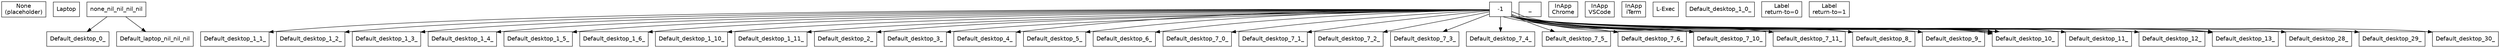
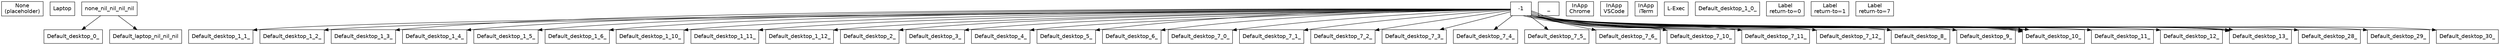
// State space visualization
// Generated by scripts/generate/states.bb
digraph states {
  rankdir=TB;
  node [shape=box, fontname="Helvetica"];

  // States
  None_nil_nil_nil_nil_nil [label="None\n(placeholder)"];
  Default_laptop_nil_nil_nil_nil [label="Laptop"];
  Default_desktop_0_-1_-1_Chrome [label="Normal\nChrome"];
  Default_desktop_0_-1_-1_VSCode [label="Normal\nVSCode"];
  Default_desktop_0_-1_-1_iTerm [label="Normal\niTerm"];
  Default_desktop_0_-1_-1_nil [label="Normal"];
  Default_desktop_1_0_-1_nil [label="Ins\nsubmode=0"];
  Default_desktop_1_1_-1_nil [label="Ins\nsubmode=1"];
  Default_desktop_1_2_-1_nil [label="Ins\nsubmode=2"];
  Default_desktop_1_3_-1_nil [label="Ins\nsubmode=3"];
  Default_desktop_1_4_-1_nil [label="Ins\nsubmode=4"];
  Default_desktop_1_5_-1_nil [label="Ins\nsubmode=5"];
  Default_desktop_1_6_-1_nil [label="Ins\nsubmode=6"];
  Default_desktop_1_10_-1_nil [label="Ins\nsubmode=10"];
  Default_desktop_1_11_-1_nil [label="Ins\nsubmode=11"];
+   Default_desktop_1_12_-1_nil [label="Ins\nsubmode=12"];
  Default_desktop_2_-1_-1_nil [label="Nav"];
  Default_desktop_3_-1_-1_nil [label="Chrome"];
  Default_desktop_4_-1_-1_nil [label="VSCode"];
  Default_desktop_5_-1_-1_nil [label="TMUX"];
  Default_desktop_6_-1_-1_nil [label="Comma"];
  Default_desktop_7_0_-1_nil [label="AltIns"];
  Default_desktop_7_1_-1_nil [label="AltIns"];
  Default_desktop_7_2_-1_nil [label="AltIns"];
  Default_desktop_7_3_-1_nil [label="AltIns"];
  Default_desktop_7_4_-1_nil [label="AltIns"];
  Default_desktop_7_5_-1_nil [label="AltIns"];
  Default_desktop_7_6_-1_nil [label="AltIns"];
  Default_desktop_7_10_-1_nil [label="AltIns"];
  Default_desktop_7_11_-1_nil [label="AltIns"];
+   Default_desktop_7_12_-1_nil [label="AltIns"];
  Default_desktop_8_-1_-1_nil [label="Term"];
  Default_desktop_9_-1_-1_nil [label="Admin"];
  Default_desktop_10_-1_-1_Chrome [label="InApp\nChrome"];
  Default_desktop_10_-1_-1_VSCode [label="InApp\nVSCode"];
  Default_desktop_10_-1_-1_iTerm [label="InApp\niTerm"];
  Default_desktop_10_-1_-1_nil [label="InApp"];
  Default_desktop_11_-1_-1_nil [label="AppSwitcher"];
  Default_desktop_12_-1_-1_nil [label="WindowSwitcher"];
  Default_desktop_13_-1_0_nil [label="Label\nreturn-to=0"];
  Default_desktop_13_-1_1_nil [label="Label\nreturn-to=1"];
+   Default_desktop_13_-1_7_nil [label="Label\nreturn-to=7"];
  Default_desktop_28_-1_-1_nil [label="Grid"];
  Default_desktop_29_-1_-1_nil [label="L-Entry"];
  Default_desktop_30_-1_-1_nil [label="L-Exec"];

  // Hierarchy edges (parent -> child)
  none_nil_nil_nil_nil -> Default_laptop_nil_nil_nil;
  none_nil_nil_nil_nil -> Default_desktop_0_-1_-1;





  Default_desktop_1_0_-1 -> Default_desktop_1_1_-1_nil;
  Default_desktop_1_0_-1 -> Default_desktop_1_2_-1_nil;
  Default_desktop_1_0_-1 -> Default_desktop_1_3_-1_nil;
  Default_desktop_1_0_-1 -> Default_desktop_1_4_-1_nil;
  Default_desktop_1_0_-1 -> Default_desktop_1_5_-1_nil;
  Default_desktop_1_0_-1 -> Default_desktop_1_6_-1_nil;
  Default_desktop_1_0_-1 -> Default_desktop_1_10_-1_nil;
  Default_desktop_1_0_-1 -> Default_desktop_1_11_-1_nil;
+   Default_desktop_1_0_-1 -> Default_desktop_1_12_-1_nil;
  Default_desktop_0_-1_-1 -> Default_desktop_2_-1_-1_nil;
  Default_desktop_0_-1_-1 -> Default_desktop_3_-1_-1_nil;
  Default_desktop_0_-1_-1 -> Default_desktop_4_-1_-1_nil;
  Default_desktop_0_-1_-1 -> Default_desktop_5_-1_-1_nil;
  Default_desktop_0_-1_-1 -> Default_desktop_6_-1_-1_nil;
  Default_desktop_0_-1_-1 -> Default_desktop_7_0_-1_nil;
  Default_desktop_0_-1_-1 -> Default_desktop_7_1_-1_nil;
  Default_desktop_0_-1_-1 -> Default_desktop_7_2_-1_nil;
  Default_desktop_0_-1_-1 -> Default_desktop_7_3_-1_nil;
  Default_desktop_0_-1_-1 -> Default_desktop_7_4_-1_nil;
  Default_desktop_0_-1_-1 -> Default_desktop_7_5_-1_nil;
  Default_desktop_0_-1_-1 -> Default_desktop_7_6_-1_nil;
  Default_desktop_0_-1_-1 -> Default_desktop_7_10_-1_nil;
  Default_desktop_0_-1_-1 -> Default_desktop_7_11_-1_nil;
+   Default_desktop_0_-1_-1 -> Default_desktop_7_12_-1_nil;
  Default_desktop_0_-1_-1 -> Default_desktop_8_-1_-1_nil;
  Default_desktop_0_-1_-1 -> Default_desktop_9_-1_-1_nil;
  Default_desktop_0_-1_-1 -> Default_desktop_10_-1_-1_Chrome;
  Default_desktop_0_-1_-1 -> Default_desktop_10_-1_-1_VSCode;
  Default_desktop_0_-1_-1 -> Default_desktop_10_-1_-1_iTerm;
  Default_desktop_0_-1_-1 -> Default_desktop_10_-1_-1_nil;
  Default_desktop_0_-1_-1 -> Default_desktop_11_-1_-1_nil;
  Default_desktop_0_-1_-1 -> Default_desktop_12_-1_-1_nil;
  Default_desktop_0_-1_-1 -> Default_desktop_13_-1_0_nil;
  Default_desktop_0_-1_-1 -> Default_desktop_13_-1_1_nil;
+   Default_desktop_0_-1_-1 -> Default_desktop_13_-1_7_nil;
  Default_desktop_0_-1_-1 -> Default_desktop_28_-1_-1_nil;
  Default_desktop_0_-1_-1 -> Default_desktop_29_-1_-1_nil;
  Default_desktop_0_-1_-1 -> Default_desktop_30_-1_-1_nil;
}
